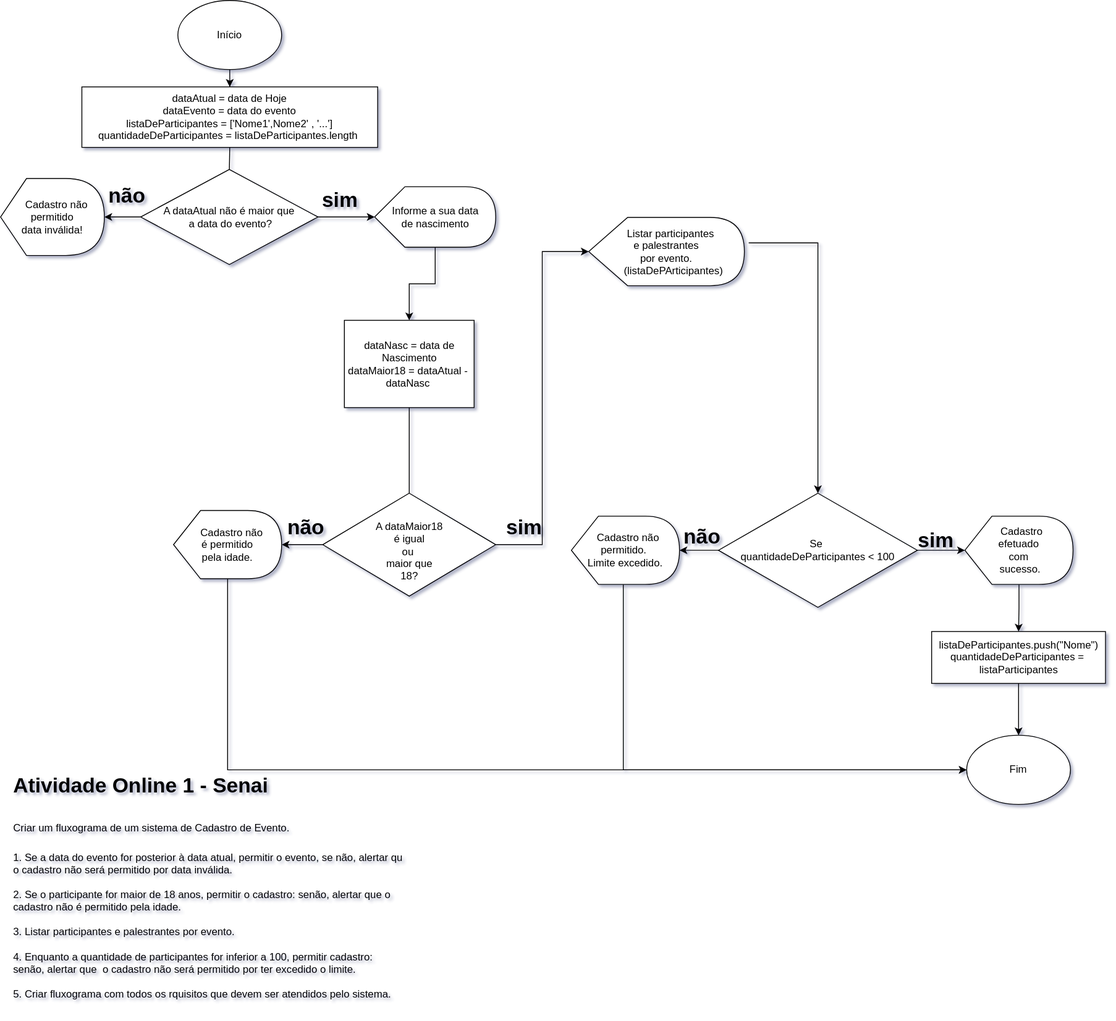
Earlier version of the draw.io export atividade01/atividade online - fluxograma.svg (vanderpolezel/UC08_L-gica_de_Programa-o_Senai_FullSatck). Source tidied: cells renumbered, new cells last; positions are measured from the earlier drawing's top-left corner, leaving out a move shared by most shapes. Source of this version:
```xml
<mxGraphModel background="#ffffff" shadow="1">
  <root>
    <mxCell id="0" />
    <mxCell id="1" parent="0" />
    <mxCell id="2" style="edgeStyle=orthogonalEdgeStyle;rounded=0;jettySize=auto;html=1;exitX=0.5;exitY=1;exitDx=0;exitDy=0;" parent="1" edge="1" source="3" target="4">
      <mxGeometry relative="1" as="geometry" />
    </mxCell>
    <mxCell id="3" value="Início" style="ellipse;whiteSpace=wrap;html=1;" parent="1" vertex="1">
      <mxGeometry x="205" width="120" height="80" as="geometry" />
    </mxCell>
    <mxCell id="4" value="dataAtual = data de Hoje&lt;br&gt;dataEvento = data do evento&lt;br&gt;listaDeParticipantes = ['Nome1',Nome2' , '...']&lt;br&gt;quantidadeDeParticipantes = listaDeParticipantes.length&amp;nbsp;" style="rounded=0;whiteSpace=wrap;html=1;" parent="1" vertex="1">
      <mxGeometry x="94" y="100" width="342" height="70" as="geometry" />
    </mxCell>
    <mxCell id="5" style="edgeStyle=orthogonalEdgeStyle;rounded=0;jettySize=auto;html=1;" parent="1" edge="1" source="7" target="8">
      <mxGeometry relative="1" as="geometry" />
    </mxCell>
    <mxCell id="6" style="edgeStyle=orthogonalEdgeStyle;rounded=0;jettySize=auto;html=1;entryX=0;entryY=0.5;entryDx=0;entryDy=0;entryPerimeter=0;" parent="1" edge="1" source="7" target="10">
      <mxGeometry relative="1" as="geometry" />
    </mxCell>
    <mxCell id="7" value="A dataAtual não é maior que&lt;br&gt;&amp;nbsp;a data do evento?" style="rhombus;whiteSpace=wrap;html=1;" parent="1" vertex="1">
      <mxGeometry x="162" y="195.5" width="205" height="110" as="geometry" />
    </mxCell>
    <mxCell id="8" value="&amp;nbsp; &amp;nbsp;Cadastro não &lt;br&gt;permitido&lt;br&gt;data inválida!" style="shape=display;whiteSpace=wrap;html=1;" parent="1" vertex="1">
      <mxGeometry y="206" width="120" height="89" as="geometry" />
    </mxCell>
    <mxCell id="9" style="edgeStyle=orthogonalEdgeStyle;rounded=0;jettySize=auto;html=1;" parent="1" edge="1" source="10" target="11">
      <mxGeometry relative="1" as="geometry" />
    </mxCell>
    <mxCell id="10" value="Informe a sua data&lt;br&gt;de nascimento" style="shape=display;whiteSpace=wrap;html=1;" parent="1" vertex="1">
      <mxGeometry x="432.5" y="215.5" width="140" height="70" as="geometry" />
    </mxCell>
    <mxCell id="11" value="dataNasc = data de Nascimento&lt;br&gt;dataMaior18 = dataAtual -&amp;nbsp; dataNasc&amp;nbsp;" style="rounded=0;whiteSpace=wrap;html=1;" parent="1" vertex="1">
      <mxGeometry x="397.5" y="370" width="150" height="101" as="geometry" />
    </mxCell>
    <mxCell id="12" style="edgeStyle=orthogonalEdgeStyle;rounded=0;jettySize=auto;html=1;" parent="1" edge="1" source="14" target="16">
      <mxGeometry relative="1" as="geometry" />
    </mxCell>
    <mxCell id="13" style="edgeStyle=orthogonalEdgeStyle;rounded=0;jettySize=auto;html=1;entryX=0;entryY=0.5;entryDx=0;entryDy=0;entryPerimeter=0;" parent="1" edge="1" source="14" target="18">
      <mxGeometry relative="1" as="geometry" />
    </mxCell>
    <mxCell id="14" value="&lt;br&gt;A dataMaior18&lt;br&gt;&amp;nbsp;é igual&amp;nbsp;&lt;br&gt;ou&amp;nbsp;&lt;br&gt;maior que&lt;br&gt;18?" style="rhombus;whiteSpace=wrap;html=1;" parent="1" vertex="1">
      <mxGeometry x="372.5" y="570" width="200" height="119" as="geometry" />
    </mxCell>
    <mxCell id="15" style="edgeStyle=orthogonalEdgeStyle;rounded=0;jettySize=auto;html=1;entryX=0;entryY=0.5;entryDx=0;entryDy=0;" parent="1" edge="1" source="16" target="28">
      <mxGeometry relative="1" as="geometry">
        <Array as="points">
          <mxPoint x="263" y="890" />
        </Array>
      </mxGeometry>
    </mxCell>
    <mxCell id="16" value="&amp;nbsp; &amp;nbsp;Cadastro não &lt;br&gt;é permitido&lt;br&gt;pela idade." style="shape=display;whiteSpace=wrap;html=1;" parent="1" vertex="1">
      <mxGeometry x="200" y="590" width="125" height="79" as="geometry" />
    </mxCell>
    <mxCell id="17" style="edgeStyle=orthogonalEdgeStyle;rounded=0;orthogonalLoop=1;jettySize=auto;html=1;" parent="1" edge="1">
      <mxGeometry relative="1" as="geometry">
        <mxPoint x="865" y="280.5" as="sourcePoint" />
        <mxPoint x="945" y="570" as="targetPoint" />
      </mxGeometry>
    </mxCell>
    <mxCell id="18" value="&amp;nbsp; &amp;nbsp;Listar participantes&lt;br&gt;e palestrantes&lt;br&gt;por evento.&lt;br&gt;&amp;nbsp; &amp;nbsp; &amp;nbsp;(listaDePArticipantes)" style="shape=display;whiteSpace=wrap;html=1;" parent="1" vertex="1">
      <mxGeometry x="680" y="251" width="180" height="79" as="geometry" />
    </mxCell>
    <mxCell id="19" style="edgeStyle=orthogonalEdgeStyle;rounded=0;jettySize=auto;html=1;" parent="1" edge="1" source="20" target="28">
      <mxGeometry relative="1" as="geometry" />
    </mxCell>
    <mxCell id="20" value="listaDeParticipantes.push(&quot;Nome&quot;)&lt;br&gt;quantidadeDeParticipantes =&amp;nbsp; listaParticipantes" style="rounded=0;whiteSpace=wrap;html=1;" parent="1" vertex="1">
      <mxGeometry x="1076.5" y="730" width="201" height="60" as="geometry" />
    </mxCell>
    <mxCell id="21" style="edgeStyle=orthogonalEdgeStyle;rounded=0;jettySize=auto;html=1;" parent="1" edge="1" source="23" target="25">
      <mxGeometry relative="1" as="geometry" />
    </mxCell>
    <mxCell id="22" style="edgeStyle=orthogonalEdgeStyle;rounded=0;jettySize=auto;html=1;" parent="1" edge="1" source="23" target="27">
      <mxGeometry relative="1" as="geometry" />
    </mxCell>
    <mxCell id="23" value="Se&amp;nbsp;&lt;br&gt;quantidadeDeParticipantes &amp;lt; 100" style="rhombus;whiteSpace=wrap;html=1;" parent="1" vertex="1">
      <mxGeometry x="830" y="570" width="230" height="132" as="geometry" />
    </mxCell>
    <mxCell id="24" style="edgeStyle=orthogonalEdgeStyle;rounded=0;jettySize=auto;html=1;entryX=0;entryY=0.5;entryDx=0;entryDy=0;" parent="1" edge="1" source="25" target="28">
      <mxGeometry relative="1" as="geometry">
        <Array as="points">
          <mxPoint x="720" y="890" />
        </Array>
      </mxGeometry>
    </mxCell>
    <mxCell id="25" value="&amp;nbsp; &amp;nbsp;Cadastro não&amp;nbsp;&lt;br&gt;permitido.&amp;nbsp;&lt;br&gt;Limite excedido." style="shape=display;whiteSpace=wrap;html=1;" parent="1" vertex="1">
      <mxGeometry x="660" y="596.5" width="125" height="79" as="geometry" />
    </mxCell>
    <mxCell id="26" style="edgeStyle=orthogonalEdgeStyle;rounded=0;jettySize=auto;html=1;" parent="1" edge="1" source="27" target="20">
      <mxGeometry relative="1" as="geometry" />
    </mxCell>
    <mxCell id="27" value="&amp;nbsp; Cadastro &lt;br&gt;efetuado&lt;br&gt;com&lt;br&gt;&amp;nbsp;sucesso." style="shape=display;whiteSpace=wrap;html=1;" parent="1" vertex="1">
      <mxGeometry x="1115" y="596.5" width="125" height="79" as="geometry" />
    </mxCell>
    <mxCell id="28" value="Fim" style="ellipse;whiteSpace=wrap;html=1;" parent="1" vertex="1">
      <mxGeometry x="1117" y="850" width="120" height="80" as="geometry" />
    </mxCell>
    <mxCell id="29" style="endArrow=none;html=1;rounded=0;entryX=0.5;entryY=1;entryDx=0;entryDy=0;exitX=0.5;exitY=0;exitDx=0;exitDy=0;" parent="1" edge="1" source="7" target="4">
      <mxGeometry relative="1" as="geometry" />
    </mxCell>
    <mxCell id="30" style="endArrow=none;html=1;rounded=0;entryX=0.5;entryY=1;entryDx=0;entryDy=0;exitX=0.5;exitY=0;exitDx=0;exitDy=0;" parent="1" edge="1" source="14" target="11">
      <mxGeometry relative="1" as="geometry" />
    </mxCell>
    <mxCell id="31" value="&lt;h1&gt;sim&lt;/h1&gt;" style="text;html=1;strokeColor=none;fillColor=none;spacing=5;spacingTop=-20;whiteSpace=wrap;overflow=hidden;rounded=0;" parent="1" vertex="1">
      <mxGeometry x="1056" y="605" width="60" height="40" as="geometry" />
    </mxCell>
    <mxCell id="32" value="&lt;h1&gt;não&lt;/h1&gt;" style="text;html=1;strokeColor=none;fillColor=none;spacing=5;spacingTop=-20;whiteSpace=wrap;overflow=hidden;rounded=0;" parent="1" vertex="1">
      <mxGeometry x="327" y="590" width="60" height="40" as="geometry" />
    </mxCell>
    <mxCell id="33" value="&lt;h1&gt;não&lt;/h1&gt;" style="text;html=1;strokeColor=none;fillColor=none;spacing=5;spacingTop=-20;whiteSpace=wrap;overflow=hidden;rounded=0;" parent="1" vertex="1">
      <mxGeometry x="785" y="601" width="60" height="40" as="geometry" />
    </mxCell>
    <mxCell id="34" value="&lt;h1&gt;não&lt;/h1&gt;" style="text;html=1;strokeColor=none;fillColor=none;spacing=5;spacingTop=-20;whiteSpace=wrap;overflow=hidden;rounded=0;" parent="1" vertex="1">
      <mxGeometry x="120" y="206" width="60" height="40" as="geometry" />
    </mxCell>
    <mxCell id="35" value="&lt;h1&gt;sim&lt;/h1&gt;" style="text;html=1;strokeColor=none;fillColor=none;spacing=5;spacingTop=-20;whiteSpace=wrap;overflow=hidden;rounded=0;" parent="1" vertex="1">
      <mxGeometry x="367" y="211" width="60" height="40" as="geometry" />
    </mxCell>
    <mxCell id="36" value="&lt;h1&gt;sim&lt;/h1&gt;" style="text;html=1;strokeColor=none;fillColor=none;spacing=5;spacingTop=-20;whiteSpace=wrap;overflow=hidden;rounded=0;" parent="1" vertex="1">
      <mxGeometry x="580" y="590" width="60" height="40" as="geometry" />
    </mxCell>
    <mxCell id="37" value="&lt;h1&gt;&lt;span style=&quot;background-color: initial;&quot;&gt;Atividade Online 1 - Senai&lt;/span&gt;&lt;/h1&gt;&lt;h1&gt;&lt;span style=&quot;font-size: 12px; font-weight: 400;&quot;&gt;Criar um fluxograma de um sistema de Cadastro de Evento.&lt;/span&gt;&lt;/h1&gt;&lt;div&gt;1. Se a data do evento for posterior à data atual, permitir o evento, se não, alertar qu o cadastro não será permitido por data inválida.&lt;/div&gt;&lt;div&gt;&lt;br&gt;&lt;/div&gt;&lt;div&gt;2. Se o participante for maior de 18 anos, permitir o cadastro: senão, alertar que o cadastro não é permitido pela idade.&amp;nbsp;&lt;/div&gt;&lt;div&gt;&lt;br&gt;&lt;/div&gt;&lt;div&gt;3. Listar participantes e palestrantes por evento.&lt;/div&gt;&lt;div&gt;&lt;br&gt;&lt;/div&gt;&lt;div&gt;4. Enquanto a quantidade de participantes for inferior a 100, permitir cadastro: senão, alertar que&amp;nbsp; o cadastro não será permitido por ter excedido o limite.&lt;/div&gt;&lt;div&gt;&lt;br&gt;&lt;/div&gt;&lt;div&gt;5. Criar fluxograma com todos os rquisitos que devem ser atendidos pelo sistema.&lt;/div&gt;" style="text;html=1;strokeColor=none;fillColor=none;spacing=5;spacingTop=-20;whiteSpace=wrap;overflow=hidden;rounded=0;rotation=0;" parent="1" vertex="1">
      <mxGeometry x="10" y="889" width="460" height="280" as="geometry" />
    </mxCell>
  </root>
</mxGraphModel>
```
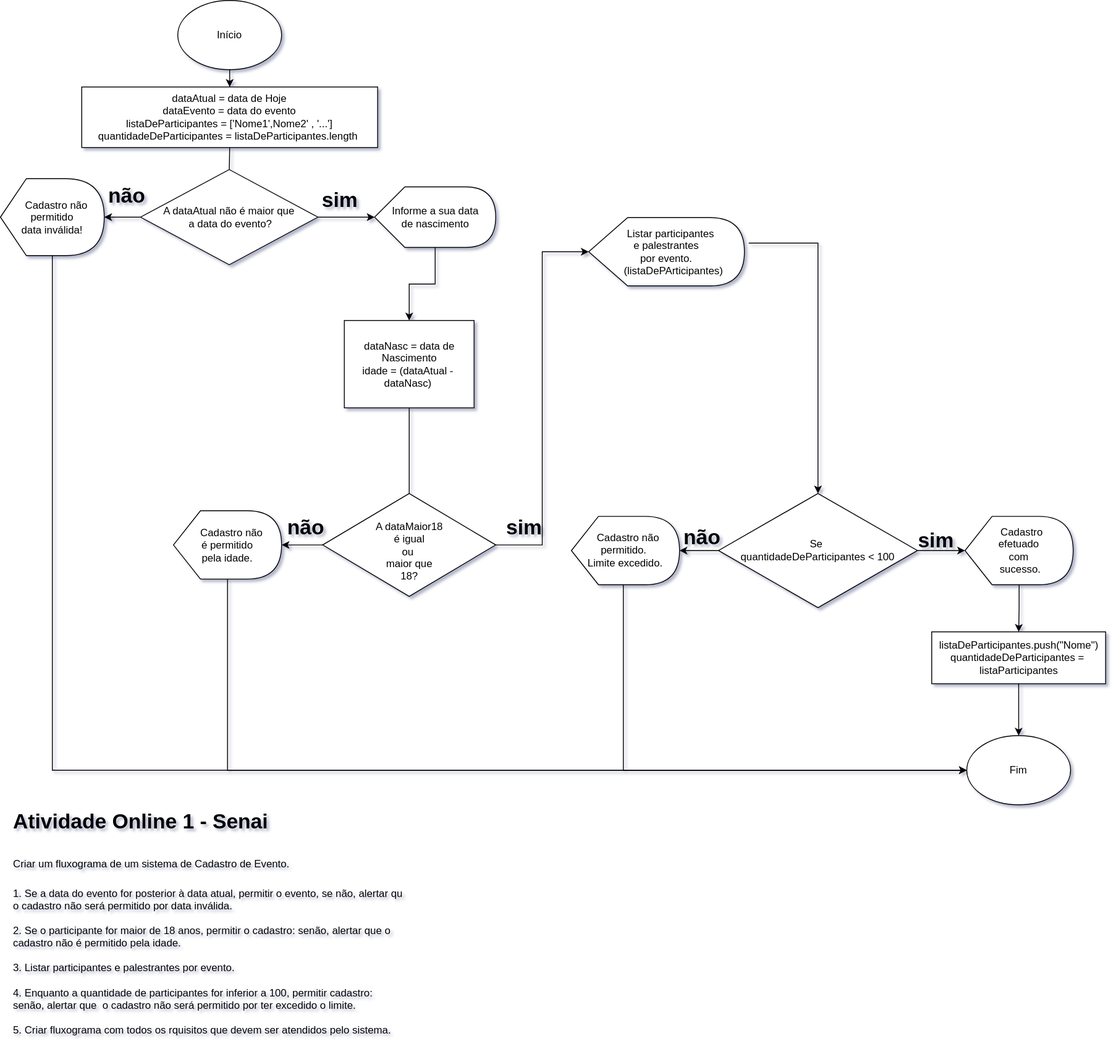
The same file after the commit.

Change to the diagram source:
```diff
@@ -20,6 +20,15 @@
     <mxCell id="7" value="A dataAtual não é maior que&lt;br&gt;&amp;nbsp;a data do evento?" style="rhombus;whiteSpace=wrap;html=1;" parent="1" vertex="1">
       <mxGeometry x="162" y="195.5" width="205" height="110" as="geometry" />
     </mxCell>
+    <mxCell id="38" style="edgeStyle=orthogonalEdgeStyle;rounded=0;jettySize=auto;html=1;" parent="1" edge="1" source="8">
+      <mxGeometry relative="1" as="geometry">
+        <mxPoint x="1132" y="890" as="targetPoint" />
+        <Array as="points">
+          <mxPoint x="60" y="850" />
+          <mxPoint x="60" y="850" />
+        </Array>
+      </mxGeometry>
+    </mxCell>
     <mxCell id="8" value="&amp;nbsp; &amp;nbsp;Cadastro não &lt;br&gt;permitido&lt;br&gt;data inválida!" style="shape=display;whiteSpace=wrap;html=1;" parent="1" vertex="1">
       <mxGeometry y="206" width="120" height="89" as="geometry" />
     </mxCell>
@@ -29,7 +38,7 @@
     <mxCell id="10" value="Informe a sua data&lt;br&gt;de nascimento" style="shape=display;whiteSpace=wrap;html=1;" parent="1" vertex="1">
       <mxGeometry x="432.5" y="215.5" width="140" height="70" as="geometry" />
     </mxCell>
-    <mxCell id="11" value="dataNasc = data de Nascimento&lt;br&gt;dataMaior18 = dataAtual -&amp;nbsp; dataNasc&amp;nbsp;" style="rounded=0;whiteSpace=wrap;html=1;" parent="1" vertex="1">
+    <mxCell id="11" value="dataNasc = data de Nascimento&lt;br&gt;idade = (dataAtual -&amp;nbsp; dataNasc)&amp;nbsp;" style="rounded=0;whiteSpace=wrap;html=1;" parent="1" vertex="1">
       <mxGeometry x="397.5" y="370" width="150" height="101" as="geometry" />
     </mxCell>
     <mxCell id="12" style="edgeStyle=orthogonalEdgeStyle;rounded=0;jettySize=auto;html=1;" parent="1" edge="1" source="14" target="16">
@@ -119,7 +128,7 @@
       <mxGeometry x="580" y="590" width="60" height="40" as="geometry" />
     </mxCell>
     <mxCell id="37" value="&lt;h1&gt;&lt;span style=&quot;background-color: initial;&quot;&gt;Atividade Online 1 - Senai&lt;/span&gt;&lt;/h1&gt;&lt;h1&gt;&lt;span style=&quot;font-size: 12px; font-weight: 400;&quot;&gt;Criar um fluxograma de um sistema de Cadastro de Evento.&lt;/span&gt;&lt;/h1&gt;&lt;div&gt;1. Se a data do evento for posterior à data atual, permitir o evento, se não, alertar qu o cadastro não será permitido por data inválida.&lt;/div&gt;&lt;div&gt;&lt;br&gt;&lt;/div&gt;&lt;div&gt;2. Se o participante for maior de 18 anos, permitir o cadastro: senão, alertar que o cadastro não é permitido pela idade.&amp;nbsp;&lt;/div&gt;&lt;div&gt;&lt;br&gt;&lt;/div&gt;&lt;div&gt;3. Listar participantes e palestrantes por evento.&lt;/div&gt;&lt;div&gt;&lt;br&gt;&lt;/div&gt;&lt;div&gt;4. Enquanto a quantidade de participantes for inferior a 100, permitir cadastro: senão, alertar que&amp;nbsp; o cadastro não será permitido por ter excedido o limite.&lt;/div&gt;&lt;div&gt;&lt;br&gt;&lt;/div&gt;&lt;div&gt;5. Criar fluxograma com todos os rquisitos que devem ser atendidos pelo sistema.&lt;/div&gt;" style="text;html=1;strokeColor=none;fillColor=none;spacing=5;spacingTop=-20;whiteSpace=wrap;overflow=hidden;rounded=0;rotation=0;" parent="1" vertex="1">
-      <mxGeometry x="10" y="889" width="460" height="280" as="geometry" />
+      <mxGeometry x="10" y="930" width="460" height="280" as="geometry" />
     </mxCell>
   </root>
 </mxGraphModel>
```
